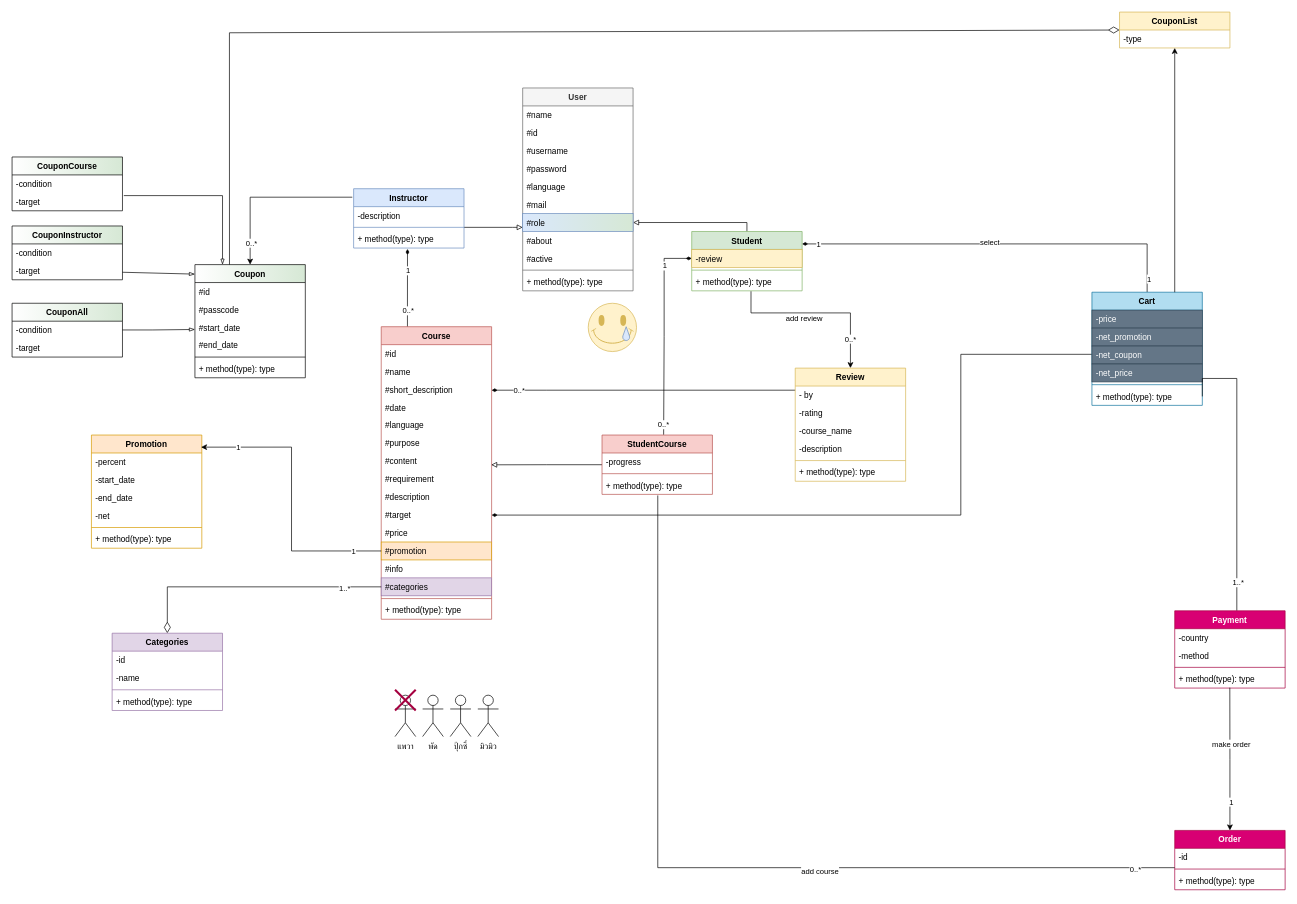
The draw.io diagram class.drawio in pratanporn13promax/OOP-Class-Sequence-UseCase-Diagram, before the edit. Source tidied: cells renumbered, new cells numbered last; positions are measured from the earlier drawing's top-left corner, leaving out a move shared by most shapes. Both pictures are drawn from the tidied source at 69%, with x=0, y=0 at pixel (12, 12).
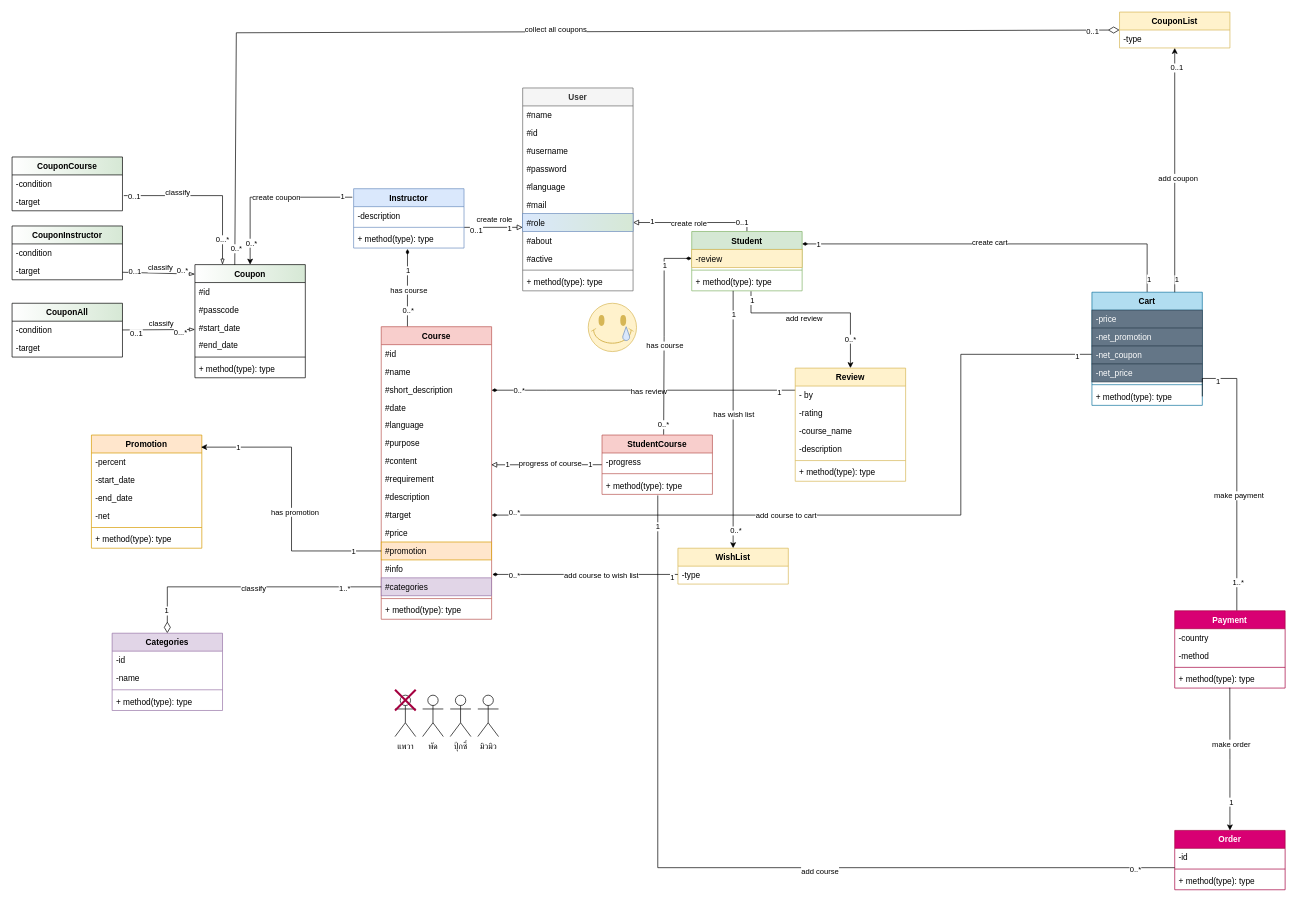
The same diagram, later.

The change refers to these unchanged cells:
```xml
<mxCell id="2" style="edgeStyle=orthogonalEdgeStyle;rounded=0;jettySize=auto;html=1;endArrow=diamondThin;endFill=1;entryX=0.488;entryY=1.05;entryDx=0;entryDy=0;entryPerimeter=0;" parent="1" edge="1" source="5" target="27">
  <mxGeometry relative="1" as="geometry">
    <Array as="points">
      <mxPoint x="573" y="426" />
      <mxPoint x="573" y="426" />
    </Array>
  </mxGeometry>
</mxCell>
<mxCell id="15" style="edgeStyle=orthogonalEdgeStyle;rounded=0;jettySize=auto;html=1;startArrow=diamondThin;startFill=1;endArrow=none;endFill=0;" parent="5" edge="1" source="16">
  <mxGeometry relative="1" as="geometry">
    <mxPoint x="1030" y="40" as="targetPoint" />
    <Array as="points">
      <mxPoint x="840" y="273" />
      <mxPoint x="840" y="40" />
    </Array>
  </mxGeometry>
</mxCell>
<mxCell id="19" value="#info" style="text;strokeColor=none;fillColor=none;align=left;verticalAlign=top;spacingLeft=4;spacingRight=4;overflow=hidden;points=[[0,0.5],[1,0.5]];portConstraint=eastwest;" parent="5" vertex="1">
  <mxGeometry y="338" width="160" height="26" as="geometry" />
</mxCell>
<mxCell id="23" style="edgeStyle=orthogonalEdgeStyle;rounded=0;jettySize=auto;html=1;endArrow=block;endFill=0;startArrow=none;startFill=0;" parent="1" edge="1" source="24" target="40">
  <mxGeometry relative="1" as="geometry">
    <Array as="points">
      <mxPoint x="725" y="312" />
      <mxPoint x="725" y="312" />
    </Array>
  </mxGeometry>
</mxCell>
<mxCell id="28" style="edgeStyle=orthogonalEdgeStyle;rounded=0;jettySize=auto;html=1;endArrow=block;endFill=0;startArrow=none;startFill=0;entryX=1;entryY=0.5;entryDx=0;entryDy=0;" parent="1" edge="1" source="29" target="40">
  <mxGeometry relative="1" as="geometry">
    <Array as="points">
      <mxPoint x="1065" y="305" />
    </Array>
  </mxGeometry>
</mxCell>
<mxCell id="32" value="+ method(type): type" style="text;strokeColor=none;fillColor=none;align=left;verticalAlign=top;spacingLeft=4;spacingRight=4;overflow=hidden;points=[[0,0.5],[1,0.5]];portConstraint=eastwest;" parent="29" vertex="1">
  <mxGeometry y="60" width="160" height="26" as="geometry" />
</mxCell>
<mxCell id="45" style="edgeStyle=orthogonalEdgeStyle;rounded=0;jettySize=auto;html=1;entryX=0.537;entryY=1.027;entryDx=0;entryDy=0;startArrow=classic;startFill=1;endArrow=none;endFill=0;entryPerimeter=0;" parent="1" edge="1" source="50" target="32">
  <mxGeometry relative="1" as="geometry">
    <Array as="points">
      <mxPoint x="1215" y="436" />
      <mxPoint x="1071" y="436" />
    </Array>
  </mxGeometry>
</mxCell>
<mxCell id="48" style="edgeStyle=orthogonalEdgeStyle;rounded=0;jettySize=auto;html=1;startArrow=none;startFill=0;endArrow=diamondThin;endFill=1;" parent="1" edge="1" source="50" target="5">
  <mxGeometry relative="1" as="geometry">
    <Array as="points">
      <mxPoint x="775" y="548" />
      <mxPoint x="775" y="548" />
    </Array>
  </mxGeometry>
</mxCell>
<mxCell id="57" style="edgeStyle=orthogonalEdgeStyle;rounded=0;jettySize=auto;html=1;entryX=0;entryY=0.5;entryDx=0;entryDy=0;startArrow=diamondThin;startFill=0;endArrow=none;endFill=0;exitX=0.5;exitY=0;exitDx=0;exitDy=0;endSize=0;startSize=14;" parent="1" edge="1" source="59" target="20">
  <mxGeometry relative="1" as="geometry">
    <Array as="points">
      <mxPoint x="225" y="833" />
    </Array>
  </mxGeometry>
</mxCell>
<mxCell id="64" style="edgeStyle=orthogonalEdgeStyle;rounded=0;jettySize=auto;html=1;startArrow=none;startFill=0;endArrow=diamondThin;endFill=1;" parent="1" edge="1" source="68">
  <mxGeometry relative="1" as="geometry">
    <mxPoint x="1145" y="336" as="targetPoint" />
    <Array as="points">
      <mxPoint x="1645" y="336" />
    </Array>
  </mxGeometry>
</mxCell>
<mxCell id="75" style="edgeStyle=orthogonalEdgeStyle;rounded=0;jettySize=auto;html=1;startArrow=none;startFill=0;endArrow=none;endFill=0;entryX=1;entryY=0.5;entryDx=0;entryDy=0;" parent="1" edge="1" source="77" target="74">
  <mxGeometry relative="1" as="geometry">
    <Array as="points">
      <mxPoint x="1775" y="531" />
      <mxPoint x="1725" y="531" />
    </Array>
  </mxGeometry>
</mxCell>
<mxCell id="89" style="edgeStyle=orthogonalEdgeStyle;rounded=0;jettySize=auto;html=1;entryX=0.558;entryY=-0.004;entryDx=0;entryDy=0;entryPerimeter=0;startArrow=diamondThin;startFill=1;endArrow=none;endFill=0;" parent="1" edge="1" target="112">
  <mxGeometry relative="1" as="geometry">
    <mxPoint x="985" y="357" as="sourcePoint" />
    <Array as="points">
      <mxPoint x="945" y="357" />
      <mxPoint x="945" y="470" />
      <mxPoint x="944" y="470" />
    </Array>
  </mxGeometry>
</mxCell>
<mxCell id="92" style="edgeStyle=orthogonalEdgeStyle;rounded=0;jettySize=auto;html=1;entryX=0.993;entryY=0.107;entryDx=0;entryDy=0;entryPerimeter=0;startArrow=none;startFill=0;endArrow=classic;endFill=1;" parent="1" edge="1" source="18" target="82">
  <mxGeometry relative="1" as="geometry" />
</mxCell>
<mxCell id="95" style="edgeStyle=orthogonalEdgeStyle;rounded=0;jettySize=auto;html=1;entryX=-0.012;entryY=0.143;entryDx=0;entryDy=0;entryPerimeter=0;startArrow=classic;startFill=1;endArrow=none;endFill=0;exitX=0.5;exitY=0;exitDx=0;exitDy=0;" parent="1" edge="1" source="97" target="24">
  <mxGeometry relative="1" as="geometry">
    <Array as="points">
      <mxPoint x="345" y="268" />
    </Array>
  </mxGeometry>
</mxCell>
<mxCell id="97" value="Coupon" style="swimlane;fontStyle=1;align=center;verticalAlign=top;horizontal=1;startSize=26;fillStyle=auto;gradientColor=#d6e8d5;gradientDirection=east;" parent="1" vertex="1">
  <mxGeometry x="265" y="366" width="160" height="164" as="geometry" />
</mxCell>
<mxCell id="111" style="edgeStyle=orthogonalEdgeStyle;rounded=0;jettySize=auto;html=1;entryX=0.996;entryY=0.698;entryDx=0;entryDy=0;entryPerimeter=0;startArrow=none;startFill=0;endArrow=block;endFill=0;" parent="1" edge="1" source="112" target="12">
  <mxGeometry relative="1" as="geometry" />
</mxCell>
<mxCell id="116" style="edgeStyle=orthogonalEdgeStyle;rounded=0;jettySize=auto;html=1;entryX=0.505;entryY=1.058;entryDx=0;entryDy=0;entryPerimeter=0;startArrow=none;startFill=0;endArrow=none;endFill=0;exitX=0;exitY=0.077;exitDx=0;exitDy=0;exitPerimeter=0;" parent="1" edge="1" target="115">
  <mxGeometry relative="1" as="geometry">
    <mxPoint x="1685" y="1240" as="sourcePoint" />
    <Array as="points">
      <mxPoint x="936" y="1240" />
    </Array>
  </mxGeometry>
</mxCell>
<mxCell id="128" style="endArrow=blockThin;html=1;rounded=0;exitX=1.012;exitY=1.153;exitDx=0;exitDy=0;exitPerimeter=0;entryX=0.25;entryY=0;entryDx=0;entryDy=0;endFill=0;" parent="1" edge="1" source="120" target="97">
  <mxGeometry relative="1" as="geometry">
    <Array as="points">
      <mxPoint x="305" y="266" />
    </Array>
  </mxGeometry>
</mxCell>
<mxCell id="129" style="endArrow=blockThin;html=1;rounded=0;entryX=0;entryY=0.084;entryDx=0;entryDy=0;endFill=0;entryPerimeter=0;" parent="1" edge="1" source="124" target="97">
  <mxGeometry relative="1" as="geometry" />
</mxCell>
<mxCell id="131" value="CouponList" style="swimlane;fontStyle=1;align=center;verticalAlign=top;horizontal=1;startSize=26;fillColor=#fff2cc;strokeColor=#d6b656;" parent="1" vertex="1">
  <mxGeometry x="1605" width="160" height="52" as="geometry" />
</mxCell>
<mxCell id="133" style="endArrow=classic;html=1;rounded=0;entryX=0.5;entryY=1;entryDx=0;entryDy=0;exitX=0.75;exitY=0;exitDx=0;exitDy=0;" parent="1" edge="1" source="68" target="131">
  <mxGeometry relative="1" as="geometry" />
</mxCell>
```

The edit, as a diff of the source:
```diff
@@
+    <mxCell id="142" value="has course" style="edgeLabel;html=1;align=center;verticalAlign=middle;" parent="2" vertex="1">
+      <mxGeometry x="-0.05" y="-1" relative="1" as="geometry" />
+    </mxCell>
@@
+    <mxCell id="143" value="1" style="edgeLabel;html=1;align=center;verticalAlign=middle;" parent="15" vertex="1">
+      <mxGeometry x="0.96" y="-2" relative="1" as="geometry" />
+    </mxCell>
+    <mxCell id="144" value="0..*" style="edgeLabel;html=1;align=center;verticalAlign=middle;" parent="15" vertex="1">
+      <mxGeometry x="-0.94" y="5" relative="1" as="geometry">
+        <mxPoint x="-1" y="1" as="offset" />
+      </mxGeometry>
+    </mxCell>
+    <mxCell id="145" value="add course to cart" style="edgeLabel;html=1;align=center;verticalAlign=middle;" parent="15" vertex="1">
+      <mxGeometry x="-0.23" relative="1" as="geometry">
+        <mxPoint x="1" as="offset" />
+      </mxGeometry>
+    </mxCell>
@@
+    <mxCell id="146" value="1" style="edgeLabel;html=1;align=center;verticalAlign=middle;" parent="23" vertex="1">
+      <mxGeometry x="0.55" y="-1" relative="1" as="geometry">
+        <mxPoint x="-1" as="offset" />
+      </mxGeometry>
+    </mxCell>
+    <mxCell id="147" value="0..1" style="edgeLabel;html=1;align=center;verticalAlign=middle;" parent="23" vertex="1">
+      <mxGeometry x="-0.57" y="-2" relative="1" as="geometry">
+        <mxPoint x="-1" y="1" as="offset" />
+      </mxGeometry>
+    </mxCell>
+    <mxCell id="148" value="create role" style="edgeLabel;html=1;align=center;verticalAlign=middle;" parent="23" vertex="1">
+      <mxGeometry y="4" relative="1" as="geometry">
+        <mxPoint y="-8" as="offset" />
+      </mxGeometry>
+    </mxCell>
@@
+    <mxCell id="149" value="1" style="edgeLabel;html=1;align=center;verticalAlign=middle;" parent="28" vertex="1">
+      <mxGeometry x="0.7" y="-3" relative="1" as="geometry" />
+    </mxCell>
+    <mxCell id="150" value="0..1" style="edgeLabel;html=1;align=center;verticalAlign=middle;" parent="28" vertex="1">
+      <mxGeometry x="-0.76" relative="1" as="geometry">
+        <mxPoint y="-1" as="offset" />
+      </mxGeometry>
+    </mxCell>
+    <mxCell id="151" value="create role" style="edgeLabel;html=1;align=center;verticalAlign=middle;" parent="28" vertex="1">
+      <mxGeometry x="0.1" y="1" relative="1" as="geometry" />
+    </mxCell>
@@
+    <mxCell id="152" value="1" style="edgeLabel;html=1;align=center;verticalAlign=middle;" parent="45" vertex="1">
+      <mxGeometry x="0.91" y="-2" relative="1" as="geometry">
+        <mxPoint y="1" as="offset" />
+      </mxGeometry>
+    </mxCell>
@@
+    <mxCell id="153" value="has review" style="edgeLabel;html=1;align=center;verticalAlign=middle;" parent="48" vertex="1">
+      <mxGeometry x="-0.03" y="1" relative="1" as="geometry" />
+    </mxCell>
+    <mxCell id="154" value="1" style="edgeLabel;html=1;align=center;verticalAlign=middle;" parent="48" vertex="1">
+      <mxGeometry x="-0.89" y="3" relative="1" as="geometry" />
+    </mxCell>
@@
+    <mxCell id="155" value="1" style="edgeLabel;html=1;align=center;verticalAlign=middle;" parent="57" vertex="1">
+      <mxGeometry x="-0.82" y="2" relative="1" as="geometry">
+        <mxPoint y="1" as="offset" />
+      </mxGeometry>
+    </mxCell>
+    <mxCell id="156" value="classify" style="edgeLabel;html=1;align=center;verticalAlign=middle;" parent="57" vertex="1">
+      <mxGeometry x="0.02" y="-1" relative="1" as="geometry" />
+    </mxCell>
@@
-    <mxCell id="67" value="select" style="edgeLabel;html=1;align=center;verticalAlign=middle;" parent="64" vertex="1">
+    <mxCell id="67" value="create cart" style="edgeLabel;html=1;align=center;verticalAlign=middle;" parent="64" vertex="1">
       <mxGeometry x="0.05" y="-3" relative="1" as="geometry" />
     </mxCell>
@@
+    <mxCell id="157" value="1" style="edgeLabel;html=1;align=center;verticalAlign=middle;" parent="75" vertex="1">
+      <mxGeometry x="0.77" y="3" relative="1" as="geometry">
+        <mxPoint x="1" as="offset" />
+      </mxGeometry>
+    </mxCell>
+    <mxCell id="158" value="make payment" style="edgeLabel;html=1;align=center;verticalAlign=middle;" parent="75" vertex="1">
+      <mxGeometry x="-0.19" y="-2" relative="1" as="geometry" />
+    </mxCell>
@@
+    <mxCell id="159" value="has course" style="edgeLabel;html=1;align=center;verticalAlign=middle;" parent="89" vertex="1">
+      <mxGeometry x="0.12" y="1" relative="1" as="geometry" />
+    </mxCell>
@@
+    <mxCell id="160" value="has promotion" style="edgeLabel;html=1;align=center;verticalAlign=middle;" parent="92" vertex="1">
+      <mxGeometry x="-0.09" y="-4" relative="1" as="geometry" />
+    </mxCell>
@@
+    <mxCell id="161" value="1" style="edgeLabel;html=1;align=center;verticalAlign=middle;" parent="95" vertex="1">
+      <mxGeometry x="0.88" y="1" relative="1" as="geometry" />
+    </mxCell>
+    <mxCell id="162" value="create coupon" style="edgeLabel;html=1;align=center;verticalAlign=middle;" parent="95" vertex="1">
+      <mxGeometry x="0.1" relative="1" as="geometry" />
+    </mxCell>
@@
+    <mxCell id="163" value="1" style="edgeLabel;html=1;align=center;verticalAlign=middle;" parent="111" vertex="1">
+      <mxGeometry x="0.72" y="-1" relative="1" as="geometry" />
+    </mxCell>
+    <mxCell id="164" value="1" style="edgeLabel;html=1;align=center;verticalAlign=middle;" parent="111" vertex="1">
+      <mxGeometry x="-0.77" y="-1" relative="1" as="geometry" />
+    </mxCell>
+    <mxCell id="165" value="progress of course" style="edgeLabel;html=1;align=center;verticalAlign=middle;" parent="111" vertex="1">
+      <mxGeometry x="-0.06" y="-2" relative="1" as="geometry" />
+    </mxCell>
@@
+    <mxCell id="166" value="1" style="edgeLabel;html=1;align=center;verticalAlign=middle;" parent="116" vertex="1">
+      <mxGeometry x="0.93" relative="1" as="geometry" />
+    </mxCell>
@@
+    <mxCell id="167" value="classify" style="edgeLabel;html=1;align=center;verticalAlign=middle;" parent="128" vertex="1">
+      <mxGeometry x="-0.36" y="4" relative="1" as="geometry" />
+    </mxCell>
+    <mxCell id="168" value="0..1" style="edgeLabel;html=1;align=center;verticalAlign=middle;" parent="128" vertex="1">
+      <mxGeometry x="-0.88" y="-1" relative="1" as="geometry" />
+    </mxCell>
+    <mxCell id="169" value="0...*" style="edgeLabel;html=1;align=center;verticalAlign=middle;" parent="128" vertex="1">
+      <mxGeometry x="0.77" y="-1" relative="1" as="geometry">
+        <mxPoint y="-8" as="offset" />
+      </mxGeometry>
+    </mxCell>
@@
+    <mxCell id="170" value="classify" style="edgeLabel;html=1;align=center;verticalAlign=middle;" parent="129" vertex="1">
+      <mxGeometry x="-0.12" relative="1" as="geometry">
+        <mxPoint x="9" y="-8" as="offset" />
+      </mxGeometry>
+    </mxCell>
+    <mxCell id="171" value="0..1" style="edgeLabel;html=1;align=center;verticalAlign=middle;" parent="129" vertex="1">
+      <mxGeometry x="-0.68" y="2" relative="1" as="geometry" />
+    </mxCell>
+    <mxCell id="172" value="0..*" style="edgeLabel;html=1;align=center;verticalAlign=middle;" parent="129" vertex="1">
+      <mxGeometry x="0.64" y="5" relative="1" as="geometry" />
+    </mxCell>
     <mxCell id="130" style="endArrow=blockThin;html=1;rounded=0;exitX=1.012;exitY=0.782;exitDx=0;exitDy=0;exitPerimeter=0;endFill=0;" parent="1" edge="1">
       <mxGeometry relative="1" as="geometry">
         <mxPoint x="160" y="460.7" as="sourcePoint" />
         <mxPoint x="265" y="460" as="targetPoint" />
-        <Array as="points">
-          <mxPoint x="203" y="460.7" />
-        </Array>
       </mxGeometry>
     </mxCell>
+    <mxCell id="173" value="classify" style="edgeLabel;html=1;align=center;verticalAlign=middle;" parent="130" vertex="1">
+      <mxGeometry x="0.06" y="5" relative="1" as="geometry">
+        <mxPoint y="-5" as="offset" />
+      </mxGeometry>
+    </mxCell>
+    <mxCell id="174" value="0..1" style="edgeLabel;html=1;align=center;verticalAlign=middle;" parent="130" vertex="1">
+      <mxGeometry x="-0.63" y="-5" relative="1" as="geometry" />
+    </mxCell>
+    <mxCell id="175" value="0...*" style="edgeLabel;html=1;align=center;verticalAlign=middle;" parent="130" vertex="1">
+      <mxGeometry x="0.59" y="-3" relative="1" as="geometry" />
+    </mxCell>
@@
+    <mxCell id="176" value="1" style="edgeLabel;html=1;align=center;verticalAlign=middle;" parent="133" vertex="1">
+      <mxGeometry x="-0.89" y="-2" relative="1" as="geometry" />
+    </mxCell>
+    <mxCell id="177" value="0..1" style="edgeLabel;html=1;align=center;verticalAlign=middle;" parent="133" vertex="1">
+      <mxGeometry x="0.84" y="-2" relative="1" as="geometry" />
+    </mxCell>
+    <mxCell id="178" value="add coupon" style="edgeLabel;html=1;align=center;verticalAlign=middle;" parent="133" vertex="1">
+      <mxGeometry x="-0.06" y="-4" relative="1" as="geometry" />
+    </mxCell>
-    <mxCell id="134" style="endArrow=diamondThin;html=1;rounded=0;entryX=0;entryY=0.5;entryDx=0;entryDy=0;endFill=0;startSize=14;endSize=14;exitX=0.313;exitY=0;exitDx=0;exitDy=0;exitPerimeter=0;" parent="1" edge="1" source="97" target="131">
+    <mxCell id="134" style="endArrow=diamondThin;html=1;rounded=0;entryX=0;entryY=0.5;entryDx=0;entryDy=0;endFill=0;startSize=14;endSize=14;exitX=0.361;exitY=0.002;exitDx=0;exitDy=0;exitPerimeter=0;" parent="1" edge="1" source="97" target="131">
       <mxGeometry relative="1" as="geometry">
         <Array as="points">
-          <mxPoint x="315" y="30" />
+          <mxPoint x="325" y="30" />
         </Array>
       </mxGeometry>
     </mxCell>
+    <mxCell id="179" value="0..*" style="edgeLabel;html=1;align=center;verticalAlign=middle;" parent="134" vertex="1">
+      <mxGeometry x="-0.97" y="-2" relative="1" as="geometry" />
+    </mxCell>
+    <mxCell id="180" value="0..1" style="edgeLabel;html=1;align=center;verticalAlign=middle;" parent="134" vertex="1">
+      <mxGeometry x="0.95" y="-1" relative="1" as="geometry">
+        <mxPoint x="1" as="offset" />
+      </mxGeometry>
+    </mxCell>
+    <mxCell id="181" value="collect all coupons" style="edgeLabel;html=1;align=center;verticalAlign=middle;" parent="134" vertex="1">
+      <mxGeometry x="-0.01" y="4" relative="1" as="geometry">
+        <mxPoint x="-1" as="offset" />
+      </mxGeometry>
+    </mxCell>
@@
+    <mxCell id="182" style="edgeStyle=orthogonalEdgeStyle;rounded=0;jettySize=auto;html=1;exitX=0.5;exitY=0;exitDx=0;exitDy=0;entryX=0.375;entryY=1;entryDx=0;entryDy=0;entryPerimeter=0;startArrow=classic;startFill=1;endArrow=none;endFill=0;" parent="1" edge="1" source="186" target="32">
+      <mxGeometry relative="1" as="geometry" />
+    </mxCell>
+    <mxCell id="183" value="1" style="edgeLabel;html=1;align=center;verticalAlign=middle;" parent="182" vertex="1">
+      <mxGeometry x="0.82" relative="1" as="geometry" />
+    </mxCell>
+    <mxCell id="184" value="0..*" style="edgeLabel;html=1;align=center;verticalAlign=middle;" parent="182" vertex="1">
+      <mxGeometry x="-0.86" y="-3" relative="1" as="geometry" />
+    </mxCell>
+    <mxCell id="185" value="has wish list" style="edgeLabel;html=1;align=center;verticalAlign=middle;" parent="182" vertex="1">
+      <mxGeometry x="0.04" relative="1" as="geometry" />
+    </mxCell>
+    <mxCell id="186" value="WishList" style="swimlane;fontStyle=1;align=center;verticalAlign=top;horizontal=1;startSize=26;fillColor=#fff2cc;strokeColor=#d6b656;" parent="1" vertex="1">
+      <mxGeometry x="965" y="777" width="160" height="52" as="geometry" />
+    </mxCell>
+    <mxCell id="187" value="-type" style="text;strokeColor=none;fillColor=none;align=left;verticalAlign=top;spacingLeft=4;spacingRight=4;overflow=hidden;points=[[0,0.5],[1,0.5]];portConstraint=eastwest;" parent="186" vertex="1">
+      <mxGeometry y="26" width="160" height="26" as="geometry" />
+    </mxCell>
+    <mxCell id="188" style="edgeStyle=orthogonalEdgeStyle;rounded=0;jettySize=auto;html=1;startArrow=none;startFill=0;endArrow=diamondThin;endFill=1;entryX=1.006;entryY=0.808;entryDx=0;entryDy=0;entryPerimeter=0;" parent="1" edge="1" source="187" target="19">
+      <mxGeometry relative="1" as="geometry">
+        <Array as="points">
+          <mxPoint x="895" y="815" />
+          <mxPoint x="895" y="815" />
+        </Array>
+      </mxGeometry>
+    </mxCell>
+    <mxCell id="189" value="1" style="edgeLabel;html=1;align=center;verticalAlign=middle;" parent="188" vertex="1">
+      <mxGeometry x="-0.93" y="4" relative="1" as="geometry" />
+    </mxCell>
+    <mxCell id="190" value="0..*" style="edgeLabel;html=1;align=center;verticalAlign=middle;" parent="188" vertex="1">
+      <mxGeometry x="0.77" y="1" relative="1" as="geometry" />
+    </mxCell>
+    <mxCell id="191" value="add course to wish list" style="edgeLabel;html=1;align=center;verticalAlign=middle;" parent="188" vertex="1">
+      <mxGeometry x="-0.17" relative="1" as="geometry" />
+    </mxCell>
```
